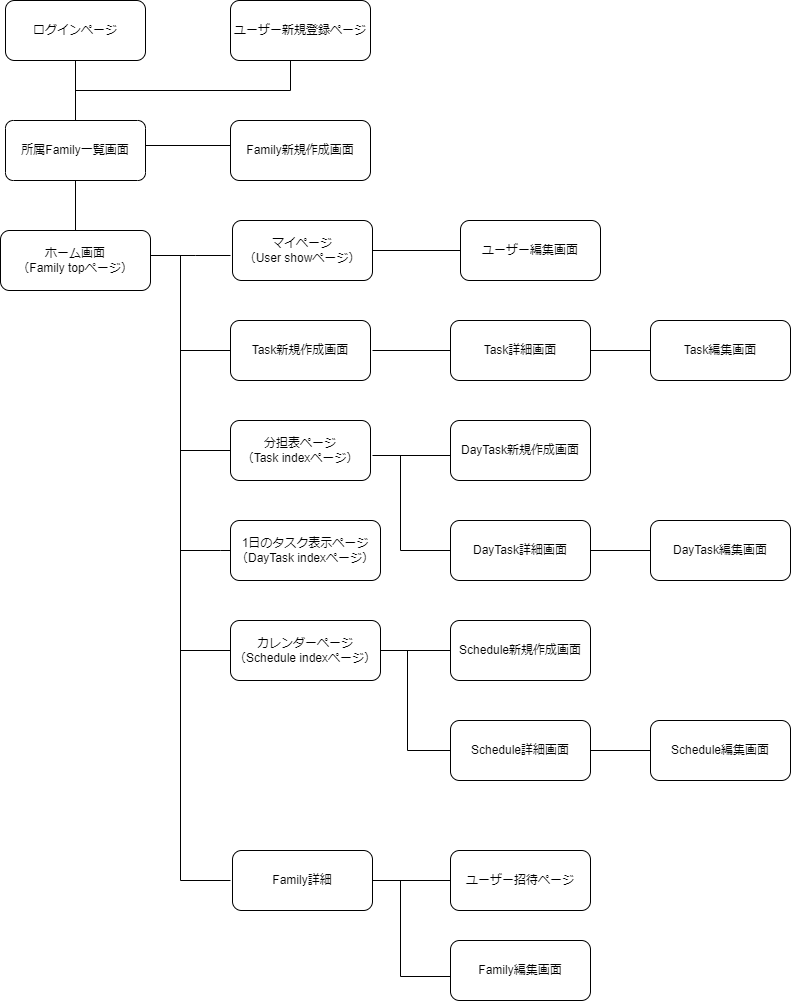
Above: screen_transition.drawio.png in shiratama317/chesk (draw.io), before the change. Source tidied: cells renumbered, new cells last; positions are measured from the earlier drawing's top-left corner, leaving out a move shared by most shapes.
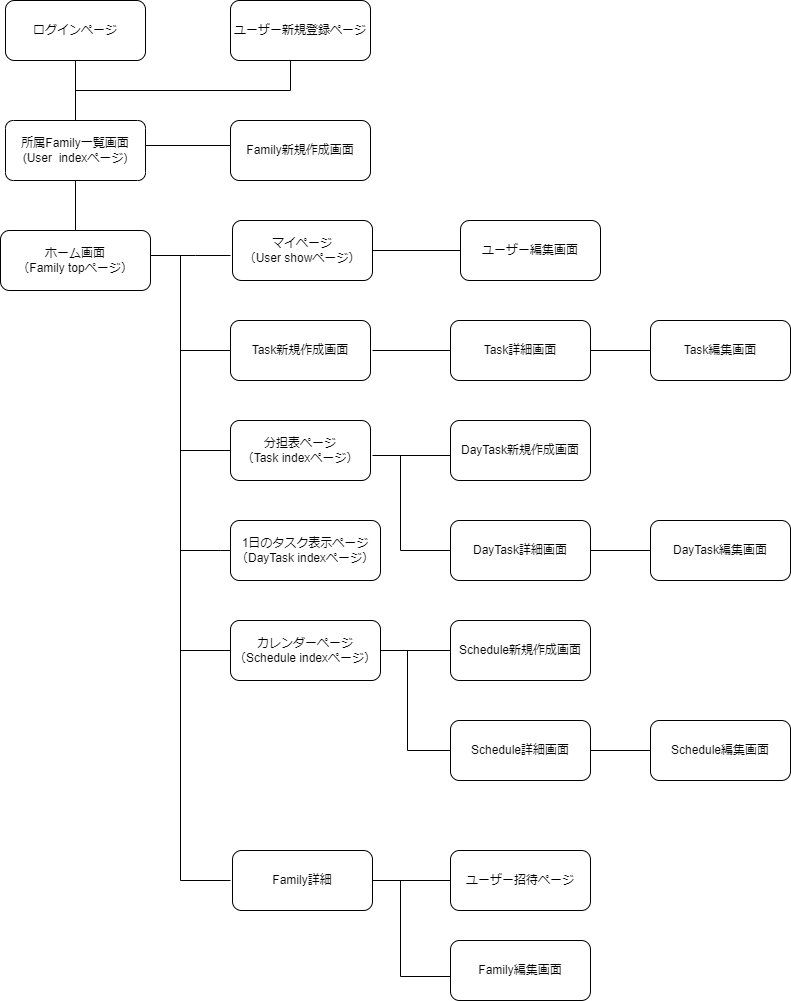
The same diagram one commit later.

Diff of the diagram source:
```diff
@@ -146,7 +146,7 @@
     <mxCell id="40" style="edgeStyle=none;html=1;exitX=0.5;exitY=0;exitDx=0;exitDy=0;entryX=0.5;entryY=1;entryDx=0;entryDy=0;endArrow=none;endFill=0;" parent="1" edge="1" source="41" target="2">
       <mxGeometry relative="1" as="geometry" />
     </mxCell>
-    <mxCell id="41" value="所属Family一覧画面" style="rounded=1;whiteSpace=wrap;html=1;arcSize=13;" parent="1" vertex="1">
+    <mxCell id="41" value="所属Family一覧画面&lt;br&gt;(User&amp;nbsp; indexページ)" style="rounded=1;whiteSpace=wrap;html=1;arcSize=13;" parent="1" vertex="1">
       <mxGeometry x="5" y="120" width="140" height="60" as="geometry" />
     </mxCell>
     <mxCell id="42" style="line;strokeWidth=1;html=1;perimeter=backbonePerimeter;" parent="1" vertex="1">
```
